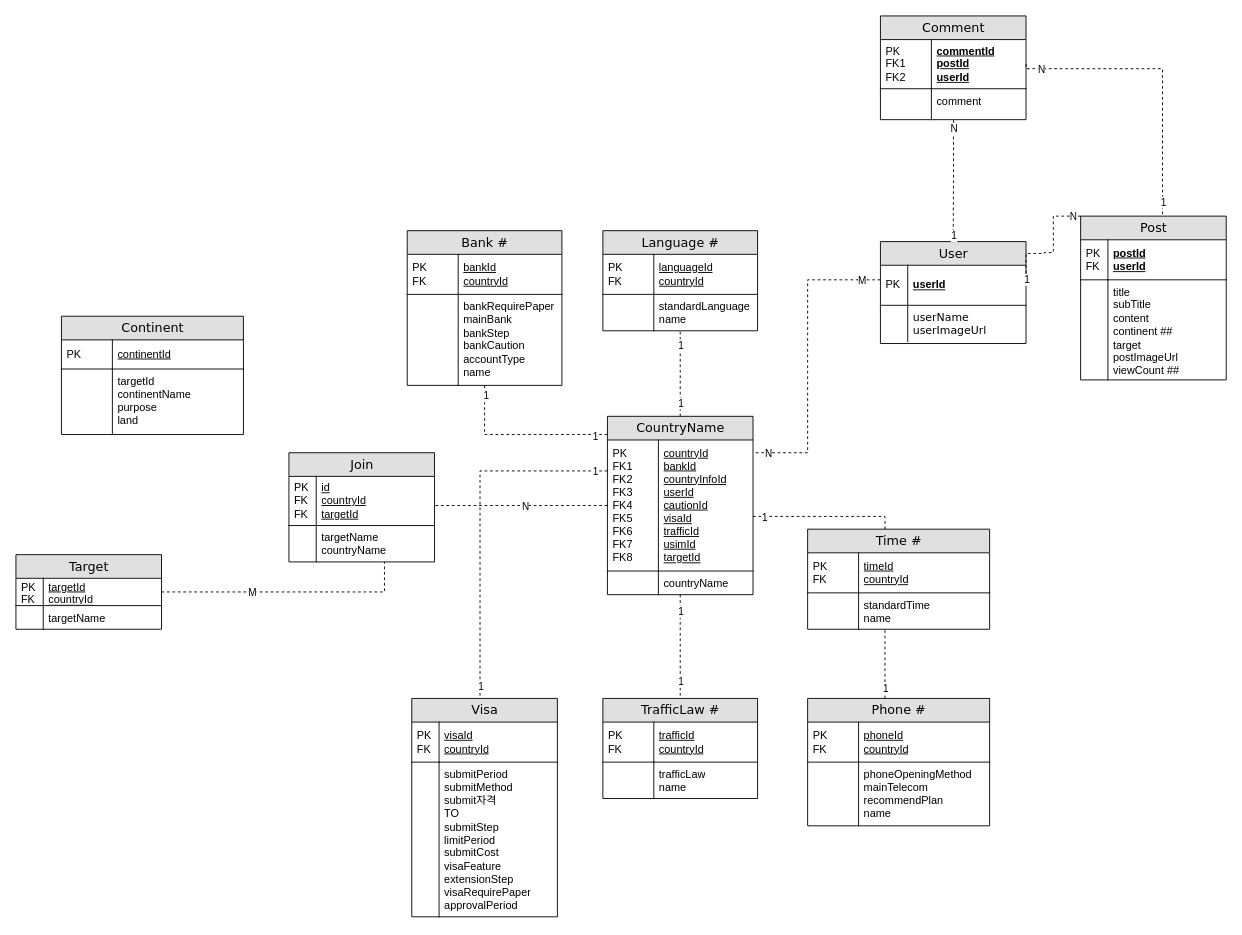
The draw.io diagram ERD.drawio in qwe1234k/finalProjectERD, before the edit. Source tidied: cells renumbered, new cells numbered last; positions are measured from the earlier drawing's top-left corner, leaving out a move shared by most shapes. Both pictures are drawn from the tidied source at 91%, with x=0, y=0 at pixel (15, 15).
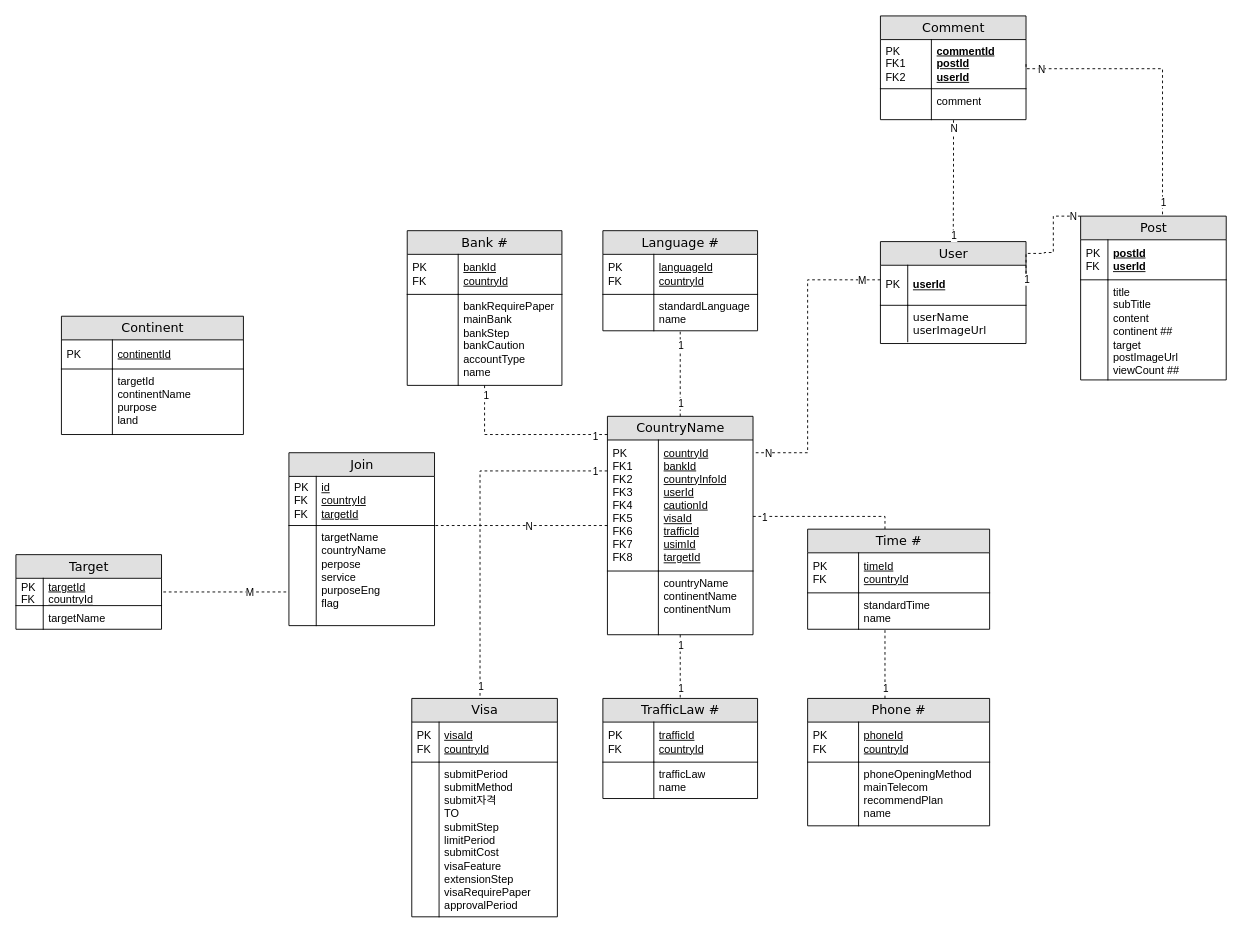
The same page after the edit.

The edit, as a diff of the source:
```diff
@@
     <mxCell id="47" value="CountryName" style="swimlane;html=1;fontStyle=0;horizontal=1;startSize=26;fillColor=#e0e0e0;swimlaneFillColor=#ffffff;align=center;rounded=0;shadow=0;comic=0;labelBackgroundColor=none;strokeWidth=1;fontFamily=Verdana;fontSize=14;" parent="1" vertex="1">
-      <mxGeometry x="650" y="440" width="160" height="196" as="geometry" />
+      <mxGeometry x="650" y="440" width="160" height="240" as="geometry" />
     </mxCell>
@@
-    <mxCell id="50" value="countryName" style="shape=partialRectangle;top=0;left=0;right=0;bottom=0;html=1;align=left;verticalAlign=top;fillColor=none;spacingLeft=60;spacingRight=4;whiteSpace=wrap;overflow=hidden;" parent="47" vertex="1">
-      <mxGeometry y="170" width="160" height="26" as="geometry" />
+    <mxCell id="50" value="countryName&lt;br&gt;continentName&lt;br&gt;continentNum" style="shape=partialRectangle;top=0;left=0;right=0;bottom=0;html=1;align=left;verticalAlign=top;fillColor=none;spacingLeft=60;spacingRight=4;whiteSpace=wrap;overflow=hidden;" parent="47" vertex="1">
+      <mxGeometry y="170" width="160" height="70" as="geometry" />
     </mxCell>
     <mxCell id="51" style="shape=partialRectangle;top=0;left=0;bottom=0;html=1;fillColor=none;align=left;verticalAlign=top;spacingLeft=4;spacingRight=4;whiteSpace=wrap;overflow=hidden;" parent="50" vertex="1">
-      <mxGeometry width="56" height="26" as="geometry" />
+      <mxGeometry width="56" height="70" as="geometry" />
     </mxCell>
@@
     <mxCell id="87" value="Join" style="swimlane;html=1;fontStyle=0;horizontal=1;startSize=26;fillColor=#e0e0e0;swimlaneFillColor=#ffffff;align=center;rounded=0;shadow=0;comic=0;labelBackgroundColor=none;strokeWidth=1;fontFamily=Verdana;fontSize=14;swimlaneLine=1;" parent="1" vertex="1">
-      <mxGeometry x="300" y="480" width="160" height="120" as="geometry" />
+      <mxGeometry x="300" y="480" width="160" height="190" as="geometry" />
     </mxCell>
@@
-    <mxCell id="90" value="targetName&lt;br&gt;countryName" style="shape=partialRectangle;top=0;left=0;right=0;bottom=0;html=1;align=left;verticalAlign=top;fillColor=none;spacingLeft=34;spacingRight=4;whiteSpace=wrap;overflow=hidden;" parent="87" vertex="1">
-      <mxGeometry y="80" width="160" height="40" as="geometry" />
+    <mxCell id="90" value="targetName&lt;br&gt;countryName&lt;br&gt;perpose&lt;br&gt;service&lt;br&gt;purposeEng&lt;br&gt;flag&lt;br&gt;" style="shape=partialRectangle;top=0;left=0;right=0;bottom=0;html=1;align=left;verticalAlign=top;fillColor=none;spacingLeft=34;spacingRight=4;whiteSpace=wrap;overflow=hidden;" parent="87" vertex="1">
+      <mxGeometry y="80" width="160" height="110" as="geometry" />
     </mxCell>
     <mxCell id="91" style="shape=partialRectangle;top=0;left=0;bottom=0;html=1;fillColor=none;align=left;verticalAlign=top;spacingLeft=4;spacingRight=4;whiteSpace=wrap;overflow=hidden;" parent="90" vertex="1">
-      <mxGeometry width="30" height="40" as="geometry" />
+      <mxGeometry width="30" height="110" as="geometry" />
     </mxCell>
```
